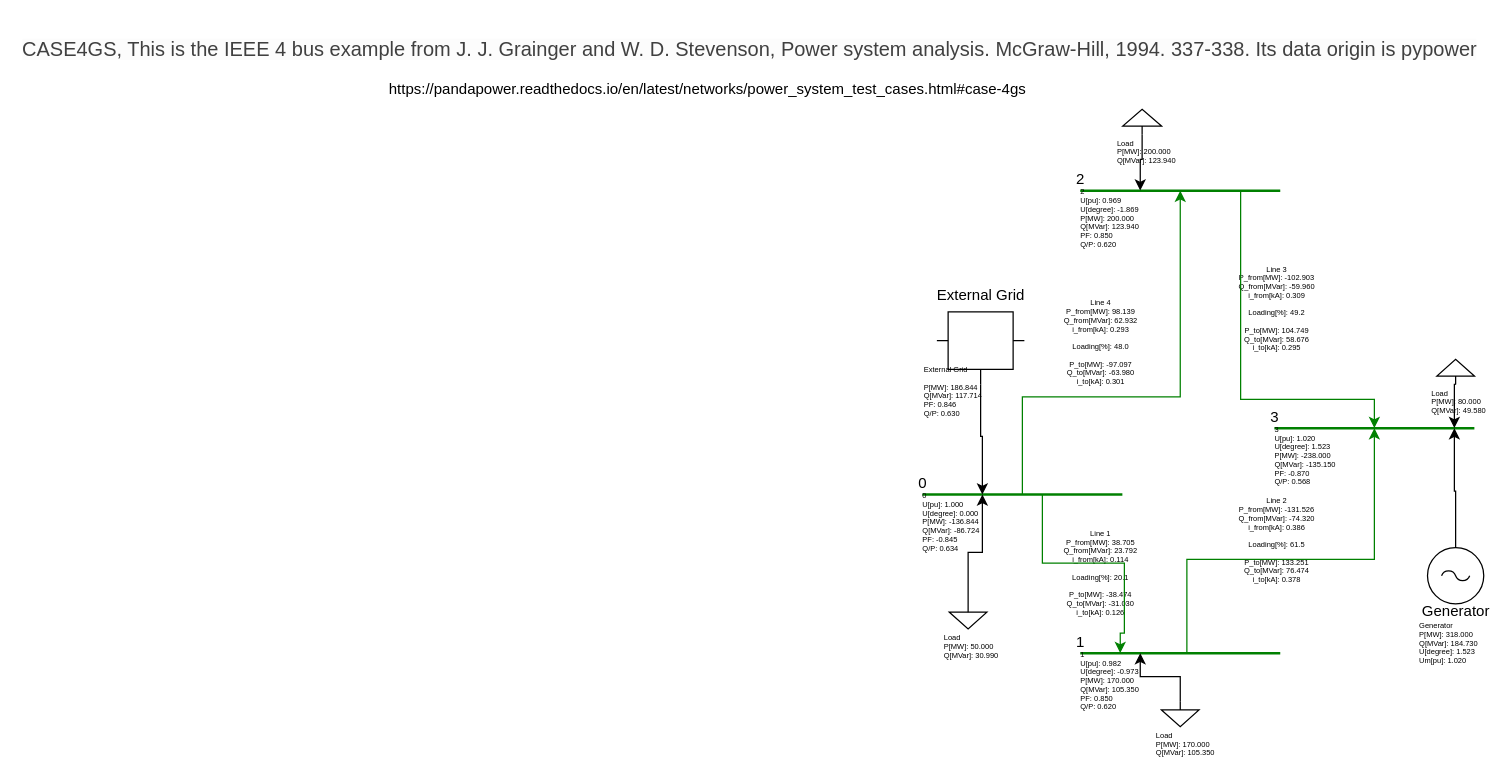
Before: src/main/webapp/templates/transmission/IEEE_4bus.drawio in electrisim/appElectrisimFrontend, a draw.io diagram. Source tidied: cells renumbered, new cells numbered last; positions are measured from the earlier drawing's top-left corner, leaving out a move shared by most shapes. Both pictures are drawn from the tidied source at 125%, with x=0, y=0 at pixel (386, 21).
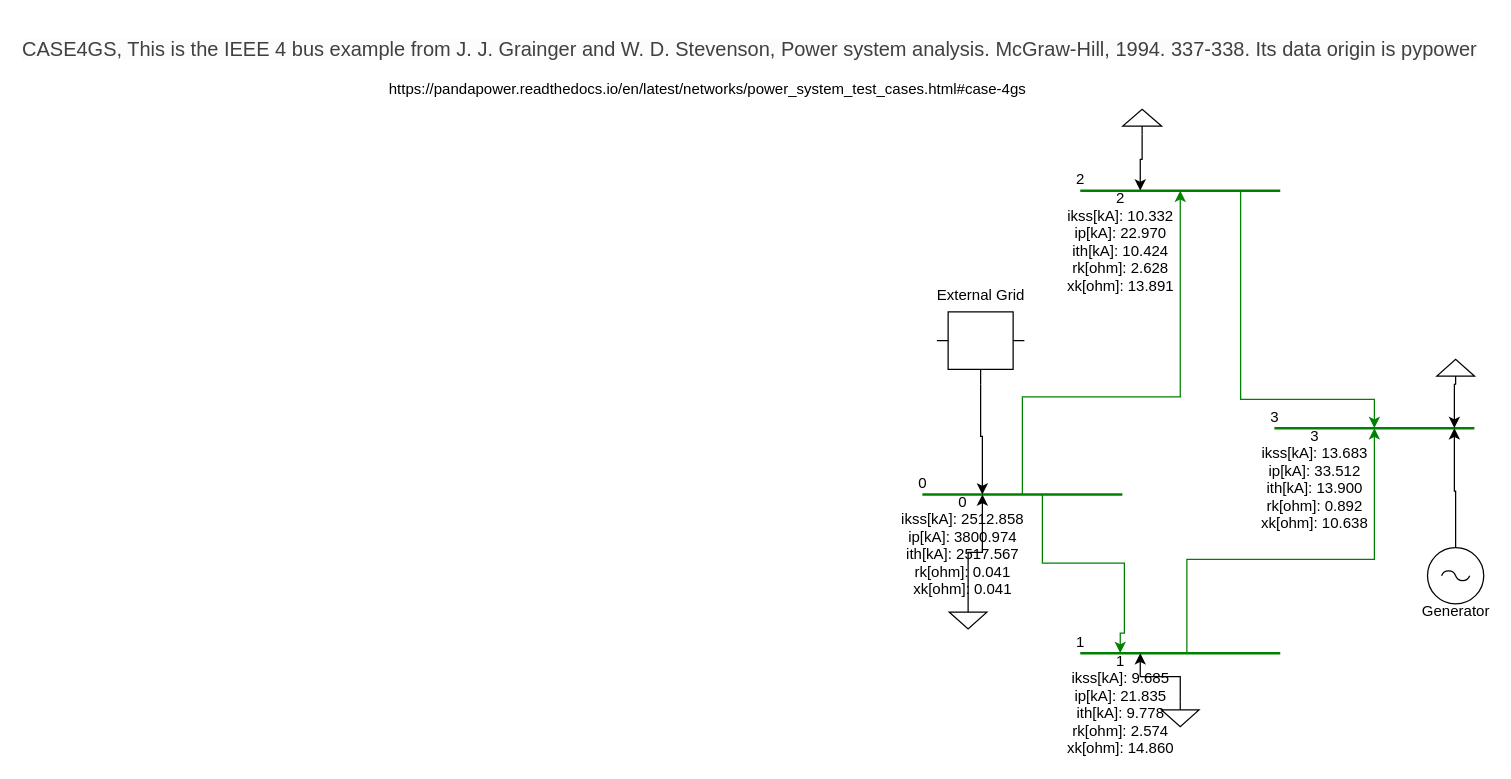
Above is the later version.

Commit message (it also covers changes not shown here):
updated IEEE examples

Unchanged cells that the change refers to:
```xml
<mxCell id="6" style="line;strokeWidth=2;html=1;shapeELXXX=Bus;points=[[0,0.5],[0.1,0.5,0],[0.2,0.5,0],[0.3,0.5,0],[0.4,0.5,0],[0.5,0.5,0],[0.6,0.5,0],[0.7,0.5,0],[0.9,0.5,0],[1,0.5]];strokeColor=green;" parent="1" vertex="1">
  <mxGeometry x="428.4" y="373.1" width="160" height="10" as="geometry" />
</mxCell>
<mxCell id="9" style="line;strokeWidth=2;html=1;shapeELXXX=Bus;points=[[0,0.5],[0.1,0.5,0],[0.2,0.5,0],[0.3,0.5,0],[0.4,0.5,0],[0.5,0.5,0],[0.6,0.5,0],[0.7,0.5,0],[0.9,0.5,0],[1,0.5]];strokeColor=green;" parent="1" vertex="1">
  <mxGeometry x="554.7" y="500" width="160" height="10" as="geometry" />
</mxCell>
<mxCell id="12" style="line;strokeWidth=2;html=1;shapeELXXX=Bus;points=[[0,0.5],[0.1,0.5,0],[0.2,0.5,0],[0.3,0.5,0],[0.4,0.5,0],[0.5,0.5,0],[0.6,0.5,0],[0.7,0.5,0],[0.9,0.5,0],[1,0.5]];strokeColor=green;" parent="1" vertex="1">
  <mxGeometry x="554.7" y="130" width="160" height="10" as="geometry" />
</mxCell>
<mxCell id="15" style="line;strokeWidth=2;html=1;shapeELXXX=Bus;points=[[0,0.5],[0.1,0.5,0],[0.2,0.5,0],[0.3,0.5,0],[0.4,0.5,0],[0.5,0.5,0],[0.6,0.5,0],[0.7,0.5,0],[0.9,0.5,0],[1,0.5]];strokeColor=green;" parent="1" vertex="1">
  <mxGeometry x="710" y="320" width="160" height="10" as="geometry" />
</mxCell>
<mxCell id="22" style="verticalLabelPosition=bottom;shadow=0;dashed=0;align=center;html=1;verticalAlign=top;shape=mxgraph.electrical.abstract.voltage_regulator;shapeELXXX=External Grid;" parent="1" vertex="1">
  <mxGeometry x="440" y="232" width="70" height="58" as="geometry" />
</mxCell>
<mxCell id="27" style="verticalLabelPosition=bottom;shadow=0;dashed=0;align=center;html=1;verticalAlign=top;shape=mxgraph.electrical.signal_sources.ac_source;shapeELXXX=Generator;" parent="1" vertex="1">
  <mxGeometry x="832.5" y="420.6" width="45" height="45" as="geometry" />
</mxCell>
<mxCell id="30" style="verticalLabelPosition=bottom;shadow=0;dashed=0;align=center;html=1;verticalAlign=top;shape=mxgraph.electrical.signal_sources.signal_ground;shapeELXXX=Load;" parent="1" vertex="1">
  <mxGeometry x="450" y="465.6" width="30" height="20" as="geometry" />
</mxCell>
<mxCell id="33" style="verticalLabelPosition=bottom;shadow=0;dashed=0;align=center;html=1;verticalAlign=top;shape=mxgraph.electrical.signal_sources.signal_ground;shapeELXXX=Load;" parent="1" vertex="1">
  <mxGeometry x="619.7" y="543.8" width="30" height="20" as="geometry" />
</mxCell>
<mxCell id="38" style="verticalLabelPosition=bottom;shadow=0;dashed=0;align=center;html=1;verticalAlign=top;shape=mxgraph.electrical.signal_sources.signal_ground;shapeELXXX=Load;direction=west;" parent="1" vertex="1">
  <mxGeometry x="840" y="270" width="30" height="20" as="geometry" />
</mxCell>
<mxCell id="40" style="verticalLabelPosition=bottom;shadow=0;dashed=0;align=center;html=1;verticalAlign=top;shape=mxgraph.electrical.signal_sources.signal_ground;shapeELXXX=Load;direction=west;" parent="1" vertex="1">
  <mxGeometry x="588.7" y="70" width="31" height="20" as="geometry" />
</mxCell>
```

Diff of the diagram source:
```diff
@@
-    <mxCell id="2" value="Line 3&#10;            P_from[MW]: -102.903&#10;            Q_from[MVar]: -59.960&#10;            i_from[kA]: 0.309&#10;&#10;            Loading[%]: 49.2&#10;&#10;            P_to[MW]: 104.749&#10;            Q_to[MVar]: 58.676&#10;            i_to[kA]: 0.295" style="shapeELXXX=Result;fontSize=6;strokeOpacity=0;strokeColor=white;strokeWidth=0;overflow=hidden;" parent="1" edge="1" source="12" target="15">
-      <mxGeometry relative="1" as="geometry" />
-    </mxCell>
-    <mxCell id="3" value="Line 2&#10;            P_from[MW]: -131.526&#10;            Q_from[MVar]: -74.320&#10;            i_from[kA]: 0.386&#10;&#10;            Loading[%]: 61.5&#10;&#10;            P_to[MW]: 133.251&#10;            Q_to[MVar]: 76.474&#10;            i_to[kA]: 0.378" style="shapeELXXX=Result;fontSize=6;strokeOpacity=0;strokeColor=white;strokeWidth=0;overflow=hidden;" parent="1" edge="1" source="9" target="15">
-      <mxGeometry relative="1" as="geometry" />
-    </mxCell>
-    <mxCell id="4" value="Line 4&#10;            P_from[MW]: 98.139&#10;            Q_from[MVar]: 62.932&#10;            i_from[kA]: 0.293&#10;&#10;            Loading[%]: 48.0&#10;&#10;            P_to[MW]: -97.097&#10;            Q_to[MVar]: -63.980&#10;            i_to[kA]: 0.301" style="shapeELXXX=Result;fontSize=6;strokeOpacity=0;strokeColor=white;strokeWidth=0;overflow=hidden;" parent="1" edge="1" source="6" target="12">
-      <mxGeometry relative="1" as="geometry" />
-    </mxCell>
-    <mxCell id="5" value="Line 1&#10;            P_from[MW]: 38.705&#10;            Q_from[MVar]: 23.792&#10;            i_from[kA]: 0.114&#10;&#10;            Loading[%]: 20.1&#10;&#10;            P_to[MW]: -38.474&#10;            Q_to[MVar]: -31.030&#10;            i_to[kA]: 0.126" style="shapeELXXX=Result;fontSize=6;strokeOpacity=0;strokeColor=white;strokeWidth=0;overflow=hidden;" parent="1" edge="1" source="6" target="9">
-      <mxGeometry relative="1" as="geometry" />
-    </mxCell>
@@
-    <mxCell id="8" value="0&#10;            U[pu]: 1.000&#10;            U[degree]: 0.000&#10;            P[MW]: -136.844&#10;            Q[MVar]: -86.724&#10;            PF: -0.845&#10;            Q/P: 0.634" style="shapeELXXX=Result;fontSize=6;align=ALIGN_LEFT;" parent="6" vertex="1">
-      <mxGeometry y="2.7" relative="1" as="geometry" />
-    </mxCell>
+    <mxCell id="44" value="0&#10;                ikss[kA]: 2512.858&#10;                ip[kA]: 3800.974&#10;                ith[kA]: 2517.567&#10;                rk[ohm]: 0.041&#10;                xk[ohm]: 0.041" style="shapeELXXX=Result;" parent="6" vertex="1">
+      <mxGeometry x="0.2" y="4.5" relative="1" as="geometry" />
+    </mxCell>
@@
-    <mxCell id="11" value="1&#10;            U[pu]: 0.982&#10;            U[degree]: -0.973&#10;            P[MW]: 170.000&#10;            Q[MVar]: 105.350&#10;            PF: 0.850&#10;            Q/P: 0.620" style="shapeELXXX=Result;fontSize=6;align=ALIGN_LEFT;" parent="9" vertex="1">
-      <mxGeometry y="2.7" relative="1" as="geometry" />
-    </mxCell>
+    <mxCell id="45" value="1&#10;                ikss[kA]: 9.685&#10;                ip[kA]: 21.835&#10;                ith[kA]: 9.778&#10;                rk[ohm]: 2.574&#10;                xk[ohm]: 14.860" style="shapeELXXX=Result;" parent="9" vertex="1">
+      <mxGeometry x="0.2" y="4.5" relative="1" as="geometry" />
+    </mxCell>
@@
-    <mxCell id="14" value="2&#10;            U[pu]: 0.969&#10;            U[degree]: -1.869&#10;            P[MW]: 200.000&#10;            Q[MVar]: 123.940&#10;            PF: 0.850&#10;            Q/P: 0.620" style="shapeELXXX=Result;fontSize=6;align=ALIGN_LEFT;" parent="12" vertex="1">
-      <mxGeometry y="2.7" relative="1" as="geometry" />
-    </mxCell>
+    <mxCell id="46" value="2&#10;                ikss[kA]: 10.332&#10;                ip[kA]: 22.970&#10;                ith[kA]: 10.424&#10;                rk[ohm]: 2.628&#10;                xk[ohm]: 13.891" style="shapeELXXX=Result;" parent="12" vertex="1">
+      <mxGeometry x="0.2" y="4.5" relative="1" as="geometry" />
+    </mxCell>
@@
-    <mxCell id="17" value="3&#10;            U[pu]: 1.020&#10;            U[degree]: 1.523&#10;            P[MW]: -238.000&#10;            Q[MVar]: -135.150&#10;            PF: -0.870&#10;            Q/P: 0.568" style="shapeELXXX=Result;fontSize=6;align=ALIGN_LEFT;" parent="15" vertex="1">
-      <mxGeometry y="2.7" relative="1" as="geometry" />
-    </mxCell>
+    <mxCell id="47" value="3&#10;                ikss[kA]: 13.683&#10;                ip[kA]: 33.512&#10;                ith[kA]: 13.900&#10;                rk[ohm]: 0.892&#10;                xk[ohm]: 10.638" style="shapeELXXX=Result;" parent="15" vertex="1">
+      <mxGeometry x="0.2" y="4.5" relative="1" as="geometry" />
+    </mxCell>
@@
-    <mxCell id="24" value="External Grid&#10;            &#10;            P[MW]: 186.844&#10;            Q[MVar]: 117.714&#10;            PF: 0.846&#10;            Q/P: 0.630" style="shapeELXXX=Result;fontSize=6;align=ALIGN_LEFT;" parent="22" vertex="1">
-      <mxGeometry x="-0.15" y="1.1" relative="1" as="geometry" />
-    </mxCell>
@@
-    <mxCell id="29" value="Generator&#10;            P[MW]: 318.000&#10;            Q[MVar]: 184.730&#10;            U[degree]: 1.523&#10;            Um[pu]: 1.020" style="shapeELXXX=Result;fontSize=6;align=ALIGN_LEFT;" parent="27" vertex="1">
-      <mxGeometry x="-0.15" y="1.7" relative="1" as="geometry" />
-    </mxCell>
@@
-    <mxCell id="31" value="Load&#10;            P[MW]: 50.000&#10;            Q[MVar]: 30.990" style="shapeELXXX=Result;fontSize=6;align=ALIGN_LEFT;" parent="30" vertex="1">
-      <mxGeometry x="-0.15" y="1.7" relative="1" as="geometry" />
-    </mxCell>
@@
-    <mxCell id="34" value="Load&#10;            P[MW]: 170.000&#10;            Q[MVar]: 105.350" style="shapeELXXX=Result;fontSize=6;align=ALIGN_LEFT;" parent="33" vertex="1">
-      <mxGeometry x="-0.15" y="1.7" relative="1" as="geometry" />
-    </mxCell>
@@
-    <mxCell id="39" value="Load&#10;            P[MW]: 80.000&#10;            Q[MVar]: 49.580" style="shapeELXXX=Result;fontSize=6;align=ALIGN_LEFT;" parent="38" vertex="1">
-      <mxGeometry x="-0.15" y="1.7" relative="1" as="geometry" />
-    </mxCell>
@@
-    <mxCell id="41" value="Load&#10;            P[MW]: 200.000&#10;            Q[MVar]: 123.940" style="shapeELXXX=Result;fontSize=6;align=ALIGN_LEFT;" parent="40" vertex="1">
-      <mxGeometry x="-0.15" y="1.7" relative="1" as="geometry" />
-    </mxCell>
```
